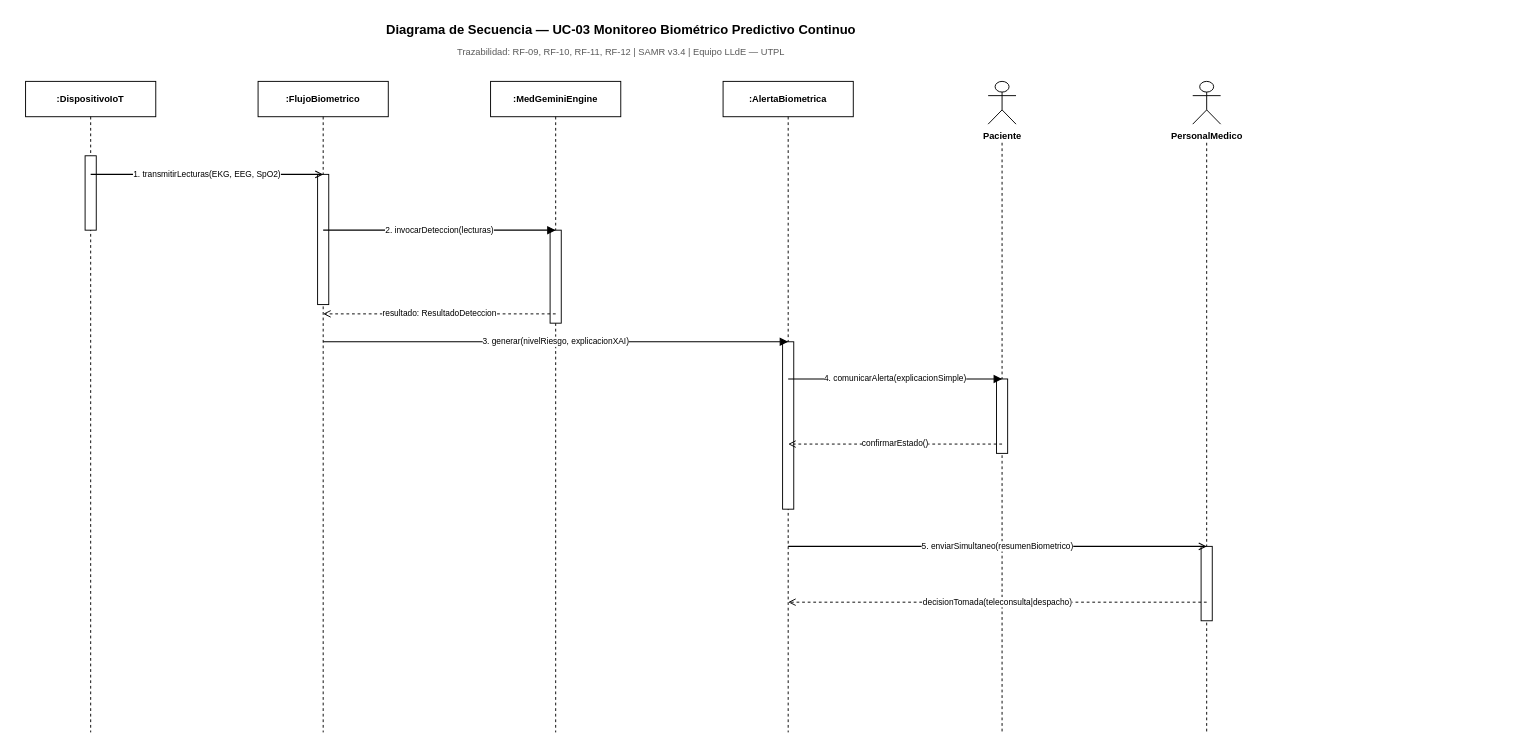
juliouou/IngReq1 keeps this draw.io diagram as new/SAMR_Diagramas_Secuencia_v2/Seq_UC03_Monitoreo.drawio. Above is the earlier version. Source tidied: cells renumbered, new cells numbered last; positions are measured from the earlier drawing's top-left corner, leaving out a move shared by most shapes. Both pictures are drawn from the tidied source at 93%, with x=0, y=0 at pixel (16, 16).
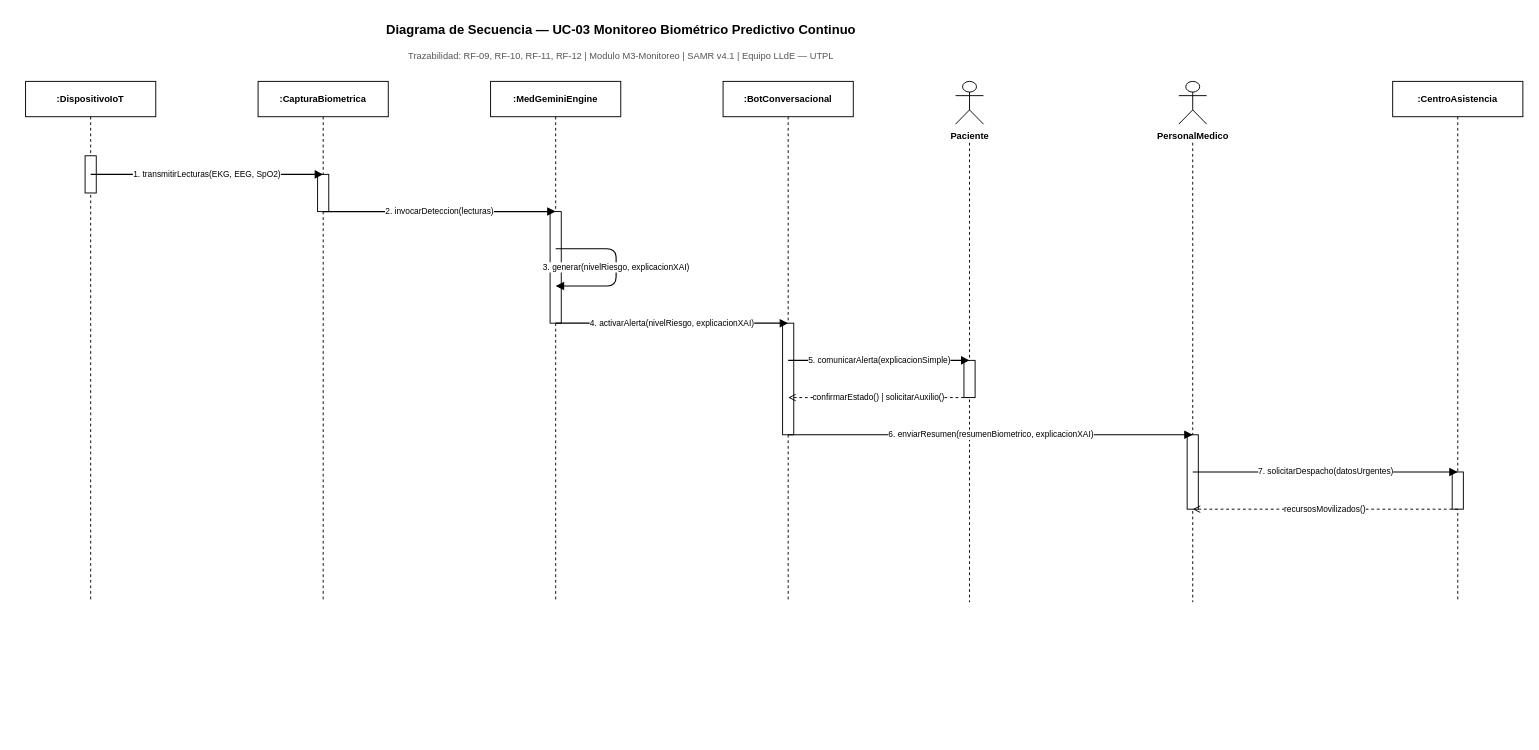
After the change.

What changed in the source:
```diff
@@
-    <mxCell id="3" value="Trazabilidad: RF-09, RF-10, RF-11, RF-12  |  SAMR v3.4  |  Equipo LLdE — UTPL" style="text;html=1;align=center;fontStyle=0;fontSize=10;fontColor=#595959;strokeColor=none;fillColor=none;" parent="1" vertex="1">
-      <mxGeometry y="26" width="1300" height="18" as="geometry" />
+    <mxCell id="3" value="Trazabilidad: RF-09, RF-10, RF-11, RF-12 | Modulo M3-Monitoreo | SAMR v4.1 | Equipo LLdE — UTPL" style="text;html=1;align=center;fontSize=10;fontColor=#555555;strokeColor=none;fillColor=none;" parent="1" vertex="1">
+      <mxGeometry y="30" width="1300" height="18" as="geometry" />
     </mxCell>
@@
-    <mxCell id="5" style="html=1;strokeColor=#000000;dashed=1;endArrow=none;startArrow=none;" parent="1" edge="1">
-      <mxGeometry relative="1" as="geometry">
-        <mxPoint x="80" y="108" as="sourcePoint" />
-        <mxPoint x="80" y="770" as="targetPoint" />
-      </mxGeometry>
-    </mxCell>
-    <mxCell id="6" value=":FlujoBiometrico" style="rounded=0;whiteSpace=wrap;html=1;fillColor=#FFFFFF;strokeColor=#000000;fontStyle=1;fontSize=10;align=center;" parent="1" vertex="1">
-      <mxGeometry x="260" y="70" width="140" height="38" as="geometry" />
-    </mxCell>
-    <mxCell id="7" style="html=1;strokeColor=#000000;dashed=1;endArrow=none;startArrow=none;" parent="1" edge="1">
-      <mxGeometry relative="1" as="geometry">
-        <mxPoint x="330" y="108" as="sourcePoint" />
-        <mxPoint x="330" y="770" as="targetPoint" />
-      </mxGeometry>
-    </mxCell>
+    <mxCell id="32" style="html=1;strokeColor=#000000;dashed=1;endArrow=none;startArrow=none;" parent="1" edge="1">
+      <mxGeometry relative="1" as="geometry">
+        <mxPoint x="80" y="108" as="sourcePoint" />
+        <mxPoint x="80" y="630" as="targetPoint" />
+      </mxGeometry>
+    </mxCell>
+    <mxCell id="33" value=":CapturaBiometrica" style="rounded=0;whiteSpace=wrap;html=1;fillColor=#FFFFFF;strokeColor=#000000;fontStyle=1;fontSize=10;align=center;" parent="1" vertex="1">
+      <mxGeometry x="260" y="70" width="140" height="38" as="geometry" />
+    </mxCell>
+    <mxCell id="34" style="html=1;strokeColor=#000000;dashed=1;endArrow=none;startArrow=none;" parent="1" edge="1">
+      <mxGeometry relative="1" as="geometry">
+        <mxPoint x="330" y="108" as="sourcePoint" />
+        <mxPoint x="330" y="630" as="targetPoint" />
+      </mxGeometry>
+    </mxCell>
@@
-    <mxCell id="9" style="html=1;strokeColor=#000000;dashed=1;endArrow=none;startArrow=none;" parent="1" edge="1">
-      <mxGeometry relative="1" as="geometry">
-        <mxPoint x="580" y="108" as="sourcePoint" />
-        <mxPoint x="580" y="770" as="targetPoint" />
-      </mxGeometry>
-    </mxCell>
-    <mxCell id="10" value=":AlertaBiometrica" style="rounded=0;whiteSpace=wrap;html=1;fillColor=#FFFFFF;strokeColor=#000000;fontStyle=1;fontSize=10;align=center;" parent="1" vertex="1">
-      <mxGeometry x="760" y="70" width="140" height="38" as="geometry" />
-    </mxCell>
-    <mxCell id="11" style="html=1;strokeColor=#000000;dashed=1;endArrow=none;startArrow=none;" parent="1" edge="1">
-      <mxGeometry relative="1" as="geometry">
-        <mxPoint x="830" y="108" as="sourcePoint" />
-        <mxPoint x="830" y="770" as="targetPoint" />
-      </mxGeometry>
-    </mxCell>
-    <mxCell id="12" style="shape=umlActor;verticalLabelPosition=bottom;verticalAlign=top;html=1;fillColor=#FFFFFF;strokeColor=#000000;" parent="1" vertex="1">
-      <mxGeometry x="1045" y="70" width="30" height="46" as="geometry" />
-    </mxCell>
+    <mxCell id="35" style="html=1;strokeColor=#000000;dashed=1;endArrow=none;startArrow=none;" parent="1" edge="1">
+      <mxGeometry relative="1" as="geometry">
+        <mxPoint x="580" y="108" as="sourcePoint" />
+        <mxPoint x="580" y="630" as="targetPoint" />
+      </mxGeometry>
+    </mxCell>
+    <mxCell id="36" value=":BotConversacional" style="rounded=0;whiteSpace=wrap;html=1;fillColor=#FFFFFF;strokeColor=#000000;fontStyle=1;fontSize=10;align=center;" parent="1" vertex="1">
+      <mxGeometry x="760" y="70" width="140" height="38" as="geometry" />
+    </mxCell>
+    <mxCell id="37" style="html=1;strokeColor=#000000;dashed=1;endArrow=none;startArrow=none;" parent="1" edge="1">
+      <mxGeometry relative="1" as="geometry">
+        <mxPoint x="830" y="108" as="sourcePoint" />
+        <mxPoint x="830" y="630" as="targetPoint" />
+      </mxGeometry>
+    </mxCell>
+    <mxCell id="38" style="shape=umlActor;verticalLabelPosition=bottom;verticalAlign=top;html=1;fillColor=#FFFFFF;strokeColor=#000000;" parent="1" vertex="1">
+      <mxGeometry x="1010" y="70" width="30" height="46" as="geometry" />
+    </mxCell>
     <mxCell id="13" value="Paciente" style="text;html=1;align=center;fontStyle=1;fontSize=10;strokeColor=none;fillColor=none;" parent="1" vertex="1">
-      <mxGeometry x="1000" y="116" width="120" height="18" as="geometry" />
+      <mxGeometry x="965" y="116" width="120" height="18" as="geometry" />
     </mxCell>
-    <mxCell id="14" style="html=1;strokeColor=#000000;dashed=1;endArrow=none;startArrow=none;" parent="1" edge="1">
-      <mxGeometry relative="1" as="geometry">
-        <mxPoint x="1060" y="136" as="sourcePoint" />
-        <mxPoint x="1060" y="770" as="targetPoint" />
-      </mxGeometry>
-    </mxCell>
-    <mxCell id="15" style="shape=umlActor;verticalLabelPosition=bottom;verticalAlign=top;html=1;fillColor=#FFFFFF;strokeColor=#000000;" parent="1" vertex="1">
-      <mxGeometry x="1265" y="70" width="30" height="46" as="geometry" />
-    </mxCell>
+    <mxCell id="39" style="html=1;strokeColor=#000000;dashed=1;endArrow=none;startArrow=none;" parent="1" edge="1">
+      <mxGeometry relative="1" as="geometry">
+        <mxPoint x="1025" y="136" as="sourcePoint" />
+        <mxPoint x="1025" y="630" as="targetPoint" />
+      </mxGeometry>
+    </mxCell>
+    <mxCell id="40" style="shape=umlActor;verticalLabelPosition=bottom;verticalAlign=top;html=1;fillColor=#FFFFFF;strokeColor=#000000;" parent="1" vertex="1">
+      <mxGeometry x="1250" y="70" width="30" height="46" as="geometry" />
+    </mxCell>
     <mxCell id="16" value="PersonalMedico" style="text;html=1;align=center;fontStyle=1;fontSize=10;strokeColor=none;fillColor=none;" parent="1" vertex="1">
-      <mxGeometry x="1220" y="116" width="120" height="18" as="geometry" />
+      <mxGeometry x="1205" y="116" width="120" height="18" as="geometry" />
     </mxCell>
-    <mxCell id="17" style="html=1;strokeColor=#000000;dashed=1;endArrow=none;startArrow=none;" parent="1" edge="1">
-      <mxGeometry relative="1" as="geometry">
-        <mxPoint x="1280" y="136" as="sourcePoint" />
-        <mxPoint x="1280" y="770" as="targetPoint" />
-      </mxGeometry>
-    </mxCell>
-    <mxCell id="18" style="html=1;fillColor=#FFFFFF;strokeColor=#000000;" parent="1" vertex="1">
-      <mxGeometry x="74" y="150" width="12" height="80" as="geometry" />
-    </mxCell>
-    <mxCell id="19" style="html=1;fillColor=#FFFFFF;strokeColor=#000000;" parent="1" vertex="1">
-      <mxGeometry x="324" y="170" width="12" height="140" as="geometry" />
-    </mxCell>
-    <mxCell id="20" style="html=1;fillColor=#FFFFFF;strokeColor=#000000;" parent="1" vertex="1">
-      <mxGeometry x="574" y="230" width="12" height="100" as="geometry" />
-    </mxCell>
-    <mxCell id="21" style="html=1;fillColor=#FFFFFF;strokeColor=#000000;" parent="1" vertex="1">
-      <mxGeometry x="824" y="350" width="12" height="180" as="geometry" />
-    </mxCell>
-    <mxCell id="22" style="html=1;fillColor=#FFFFFF;strokeColor=#000000;" parent="1" vertex="1">
-      <mxGeometry x="1054" y="390" width="12" height="80" as="geometry" />
-    </mxCell>
-    <mxCell id="23" style="html=1;fillColor=#FFFFFF;strokeColor=#000000;" parent="1" vertex="1">
-      <mxGeometry x="1274" y="570" width="12" height="80" as="geometry" />
-    </mxCell>
+    <mxCell id="41" style="html=1;strokeColor=#000000;dashed=1;endArrow=none;startArrow=none;" parent="1" edge="1">
+      <mxGeometry relative="1" as="geometry">
+        <mxPoint x="1265" y="136" as="sourcePoint" />
+        <mxPoint x="1265" y="630" as="targetPoint" />
+      </mxGeometry>
+    </mxCell>
+    <mxCell id="42" value=":CentroAsistencia" style="rounded=0;whiteSpace=wrap;html=1;fillColor=#FFFFFF;strokeColor=#000000;fontStyle=1;fontSize=10;align=center;" parent="1" vertex="1">
+      <mxGeometry x="1480" y="70" width="140" height="38" as="geometry" />
+    </mxCell>
+    <mxCell id="43" style="html=1;strokeColor=#000000;dashed=1;endArrow=none;startArrow=none;" parent="1" edge="1">
+      <mxGeometry relative="1" as="geometry">
+        <mxPoint x="1550" y="108" as="sourcePoint" />
+        <mxPoint x="1550" y="630" as="targetPoint" />
+      </mxGeometry>
+    </mxCell>
+    <mxCell id="44" style="html=1;fillColor=#FFFFFF;strokeColor=#000000;" parent="1" vertex="1">
+      <mxGeometry x="74" y="150" width="12" height="40" as="geometry" />
+    </mxCell>
+    <mxCell id="45" style="html=1;fillColor=#FFFFFF;strokeColor=#000000;" parent="1" vertex="1">
+      <mxGeometry x="324" y="170" width="12" height="40" as="geometry" />
+    </mxCell>
+    <mxCell id="46" style="html=1;fillColor=#FFFFFF;strokeColor=#000000;" parent="1" vertex="1">
+      <mxGeometry x="574" y="210" width="12" height="120" as="geometry" />
+    </mxCell>
+    <mxCell id="47" style="html=1;fillColor=#FFFFFF;strokeColor=#000000;" parent="1" vertex="1">
+      <mxGeometry x="824" y="330" width="12" height="120" as="geometry" />
+    </mxCell>
+    <mxCell id="48" style="html=1;fillColor=#FFFFFF;strokeColor=#000000;" parent="1" vertex="1">
+      <mxGeometry x="1019" y="370" width="12" height="40" as="geometry" />
+    </mxCell>
+    <mxCell id="49" style="html=1;fillColor=#FFFFFF;strokeColor=#000000;" parent="1" vertex="1">
+      <mxGeometry x="1259" y="450" width="12" height="80" as="geometry" />
+    </mxCell>
+    <mxCell id="50" style="html=1;fillColor=#FFFFFF;strokeColor=#000000;" parent="1" vertex="1">
+      <mxGeometry x="1544" y="490" width="12" height="40" as="geometry" />
+    </mxCell>
-    <mxCell id="24" value="1. transmitirLecturas(EKG, EEG, SpO2)" style="endArrow=open;endFill=0;html=1;strokeColor=#000000;strokeWidth=1.2;fontSize=9;" parent="1" edge="1">
+    <mxCell id="24" value="1. transmitirLecturas(EKG, EEG, SpO2)" style="endArrow=block;endFill=1;html=1;strokeColor=#000000;strokeWidth=1.2;fontSize=9;" parent="1" edge="1">
       <mxGeometry relative="1" as="geometry">
         <mxPoint x="80" y="170" as="sourcePoint" />
         <mxPoint x="330" y="170" as="targetPoint" />
       </mxGeometry>
     </mxCell>
     <mxCell id="25" value="2. invocarDeteccion(lecturas)" style="endArrow=block;endFill=1;html=1;strokeColor=#000000;strokeWidth=1.2;fontSize=9;" parent="1" edge="1">
       <mxGeometry relative="1" as="geometry">
-        <mxPoint x="330" y="230" as="sourcePoint" />
-        <mxPoint x="580" y="230" as="targetPoint" />
+        <mxPoint x="330" y="210" as="sourcePoint" />
+        <mxPoint x="580" y="210" as="targetPoint" />
       </mxGeometry>
     </mxCell>
-    <mxCell id="26" value="resultado: ResultadoDeteccion" style="endArrow=open;endFill=0;dashed=1;html=1;strokeColor=#000000;strokeWidth=1;fontSize=9;" parent="1" edge="1">
-      <mxGeometry relative="1" as="geometry">
-        <mxPoint x="580" y="320" as="sourcePoint" />
-        <mxPoint x="330" y="320" as="targetPoint" />
-      </mxGeometry>
-    </mxCell>
     <mxCell id="27" value="3. generar(nivelRiesgo, explicacionXAI)" style="endArrow=block;endFill=1;html=1;strokeColor=#000000;strokeWidth=1.2;fontSize=9;" parent="1" edge="1">
       <mxGeometry relative="1" as="geometry">
-        <mxPoint x="330" y="350" as="sourcePoint" />
-        <mxPoint x="830" y="350" as="targetPoint" />
+        <mxPoint x="580" y="250" as="sourcePoint" />
+        <mxPoint x="580" y="290" as="targetPoint" />
+        <Array as="points">
+          <mxPoint x="645" y="250" />
+          <mxPoint x="645" y="290" />
+        </Array>
       </mxGeometry>
     </mxCell>
-    <mxCell id="28" value="4. comunicarAlerta(explicacionSimple)" style="endArrow=block;endFill=1;html=1;strokeColor=#000000;strokeWidth=1.2;fontSize=9;" parent="1" edge="1">
-      <mxGeometry relative="1" as="geometry">
-        <mxPoint x="830" y="390" as="sourcePoint" />
-        <mxPoint x="1060" y="390" as="targetPoint" />
-      </mxGeometry>
-    </mxCell>
-    <mxCell id="29" value="confirmarEstado()" style="endArrow=open;endFill=0;dashed=1;html=1;strokeColor=#000000;strokeWidth=1;fontSize=9;" parent="1" edge="1">
-      <mxGeometry relative="1" as="geometry">
-        <mxPoint x="1060" y="460" as="sourcePoint" />
-        <mxPoint x="830" y="460" as="targetPoint" />
-      </mxGeometry>
-    </mxCell>
-    <mxCell id="30" value="5. enviarSimultaneo(resumenBiometrico)" style="endArrow=open;endFill=0;html=1;strokeColor=#000000;strokeWidth=1.2;fontSize=9;" parent="1" edge="1">
-      <mxGeometry relative="1" as="geometry">
-        <mxPoint x="830" y="570" as="sourcePoint" />
-        <mxPoint x="1280" y="570" as="targetPoint" />
-      </mxGeometry>
-    </mxCell>
-    <mxCell id="31" value="decisionTomada(teleconsulta|despacho)" style="endArrow=open;endFill=0;dashed=1;html=1;strokeColor=#000000;strokeWidth=1;fontSize=9;" parent="1" edge="1">
-      <mxGeometry relative="1" as="geometry">
-        <mxPoint x="1280" y="630" as="sourcePoint" />
-        <mxPoint x="830" y="630" as="targetPoint" />
-      </mxGeometry>
-    </mxCell>
+    <mxCell id="51" value="4. activarAlerta(nivelRiesgo, explicacionXAI)" style="endArrow=block;endFill=1;html=1;strokeColor=#000000;strokeWidth=1.2;fontSize=9;" parent="1" edge="1">
+      <mxGeometry relative="1" as="geometry">
+        <mxPoint x="580" y="330" as="sourcePoint" />
+        <mxPoint x="830" y="330" as="targetPoint" />
+      </mxGeometry>
+    </mxCell>
+    <mxCell id="52" value="5. comunicarAlerta(explicacionSimple)" style="endArrow=block;endFill=1;html=1;strokeColor=#000000;strokeWidth=1.2;fontSize=9;" parent="1" edge="1">
+      <mxGeometry relative="1" as="geometry">
+        <mxPoint x="830" y="370" as="sourcePoint" />
+        <mxPoint x="1025" y="370" as="targetPoint" />
+      </mxGeometry>
+    </mxCell>
+    <mxCell id="53" value="confirmarEstado() | solicitarAuxilio()" style="endArrow=open;endFill=0;dashed=1;html=1;strokeColor=#000000;strokeWidth=1;fontSize=9;" parent="1" edge="1">
+      <mxGeometry relative="1" as="geometry">
+        <mxPoint x="1025" y="410" as="sourcePoint" />
+        <mxPoint x="830" y="410" as="targetPoint" />
+      </mxGeometry>
+    </mxCell>
+    <mxCell id="54" value="6. enviarResumen(resumenBiometrico, explicacionXAI)" style="endArrow=block;endFill=1;html=1;strokeColor=#000000;strokeWidth=1.2;fontSize=9;" parent="1" edge="1">
+      <mxGeometry relative="1" as="geometry">
+        <mxPoint x="830" y="450" as="sourcePoint" />
+        <mxPoint x="1265" y="450" as="targetPoint" />
+      </mxGeometry>
+    </mxCell>
+    <mxCell id="55" value="7. solicitarDespacho(datosUrgentes)" style="endArrow=block;endFill=1;html=1;strokeColor=#000000;strokeWidth=1.2;fontSize=9;" parent="1" edge="1">
+      <mxGeometry relative="1" as="geometry">
+        <mxPoint x="1265" y="490" as="sourcePoint" />
+        <mxPoint x="1550" y="490" as="targetPoint" />
+      </mxGeometry>
+    </mxCell>
+    <mxCell id="56" value="recursosMovilizados()" style="endArrow=open;endFill=0;dashed=1;html=1;strokeColor=#000000;strokeWidth=1;fontSize=9;" parent="1" edge="1">
+      <mxGeometry relative="1" as="geometry">
+        <mxPoint x="1550" y="530" as="sourcePoint" />
+        <mxPoint x="1265" y="530" as="targetPoint" />
+      </mxGeometry>
+    </mxCell>
```
